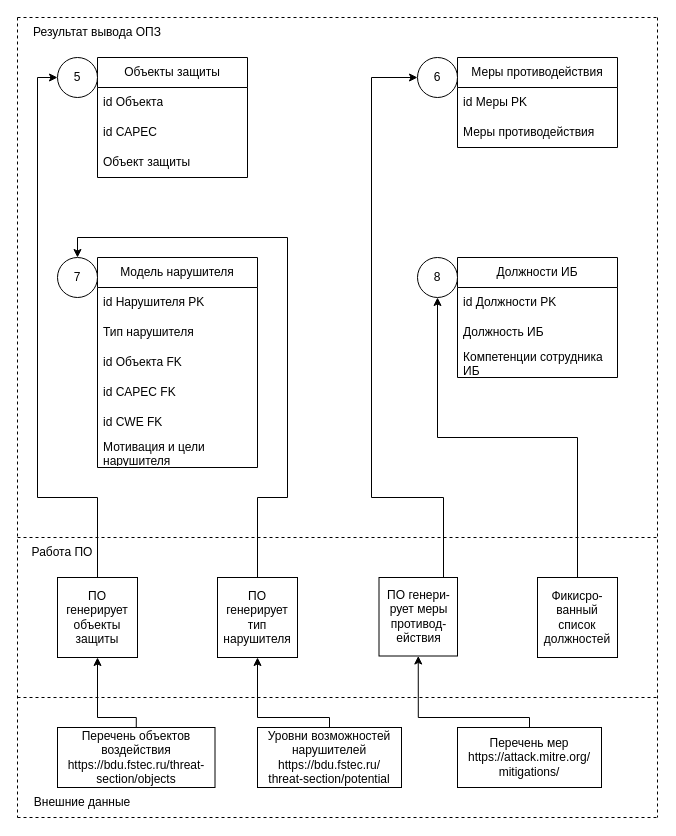
This is New_Shema_OPZ/(Обновленная схема ОПЗ) Частная политика.drawio from SmirnovBogdan8/Diplom, a draw.io file, before an edit. Source tidied: cells renumbered, new cells numbered last; positions are measured from the earlier drawing's top-left corner, leaving out a move shared by most shapes. Both pictures are drawn from the tidied source at 100%, with x=0, y=0 at pixel (17, 17).
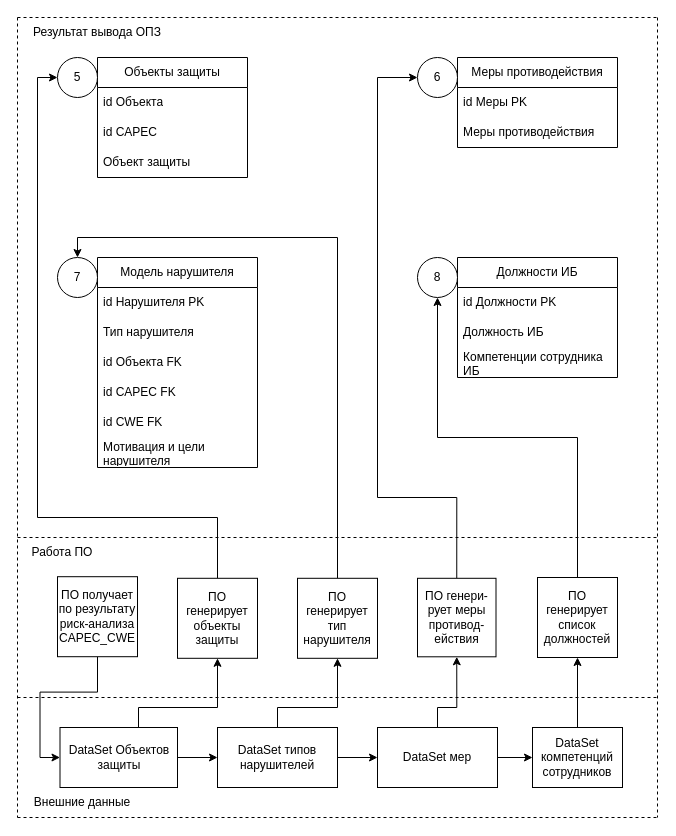
The same diagram, later.

The change refers to these unchanged cells:
```xml
<mxCell id="32" value="5" style="ellipse;whiteSpace=wrap;html=1;" parent="1" vertex="1">
  <mxGeometry x="40" y="40" width="40" height="40" as="geometry" />
</mxCell>
<mxCell id="33" value="6" style="ellipse;whiteSpace=wrap;html=1;" parent="1" vertex="1">
  <mxGeometry x="400" y="40" width="40" height="40" as="geometry" />
</mxCell>
<mxCell id="34" value="7" style="ellipse;whiteSpace=wrap;html=1;" parent="1" vertex="1">
  <mxGeometry x="40" y="240" width="40" height="40" as="geometry" />
</mxCell>
```

What changed in the source:
```diff
@@
     <mxCell id="23" style="edgeStyle=orthogonalEdgeStyle;rounded=0;jettySize=auto;html=1;exitX=0.5;exitY=0;exitDx=0;exitDy=0;entryX=0;entryY=0.5;entryDx=0;entryDy=0;" parent="1" edge="1" source="24" target="32">
       <mxGeometry relative="1" as="geometry">
         <Array as="points">
-          <mxPoint x="80" y="480" />
-          <mxPoint x="20" y="480" />
+          <mxPoint x="200" y="500" />
+          <mxPoint x="20" y="500" />
           <mxPoint x="20" y="60" />
         </Array>
       </mxGeometry>
     </mxCell>
     <mxCell id="24" value="ПО генерирует объекты защиты" style="whiteSpace=wrap;html=1;" parent="1" vertex="1">
-      <mxGeometry x="40" y="560" width="80" height="80" as="geometry" />
+      <mxGeometry x="160" y="560.8" width="80" height="80" as="geometry" />
     </mxCell>
@@
-    <mxCell id="26" value="Фикисро-ванный список должностей" style="whiteSpace=wrap;html=1;" parent="1" vertex="1">
+    <mxCell id="26" value="ПО генерирует список должностей" style="whiteSpace=wrap;html=1;" parent="1" vertex="1">
       <mxGeometry x="520" y="560" width="80" height="80" as="geometry" />
     </mxCell>
     <mxCell id="27" style="edgeStyle=orthogonalEdgeStyle;rounded=0;jettySize=auto;html=1;exitX=0.5;exitY=0;exitDx=0;exitDy=0;entryX=0;entryY=0.5;entryDx=0;entryDy=0;" parent="1" edge="1" source="28" target="33">
       <mxGeometry relative="1" as="geometry">
         <Array as="points">
-          <mxPoint x="426" y="480" />
-          <mxPoint x="354" y="480" />
-          <mxPoint x="354" y="60" />
+          <mxPoint x="439" y="480" />
+          <mxPoint x="360" y="480" />
+          <mxPoint x="360" y="60" />
         </Array>
       </mxGeometry>
     </mxCell>
     <mxCell id="28" value="ПО генери-рует меры противод-ействия" style="whiteSpace=wrap;html=1;" parent="1" vertex="1">
-      <mxGeometry x="361.5" y="560" width="78.5" height="78.5" as="geometry" />
+      <mxGeometry x="400" y="560.8" width="78.5" height="78.5" as="geometry" />
     </mxCell>
     <mxCell id="29" style="edgeStyle=orthogonalEdgeStyle;rounded=0;jettySize=auto;html=1;exitX=0.5;exitY=0;exitDx=0;exitDy=0;entryX=0.5;entryY=0;entryDx=0;entryDy=0;" parent="1" edge="1" source="30" target="34">
-      <mxGeometry relative="1" as="geometry">
-        <Array as="points">
-          <mxPoint x="240" y="480" />
-          <mxPoint x="270" y="480" />
-          <mxPoint x="270" y="220" />
-          <mxPoint x="60" y="220" />
-        </Array>
-      </mxGeometry>
+      <mxGeometry relative="1" as="geometry" />
     </mxCell>
     <mxCell id="30" value="ПО генерирует тип нарушителя" style="whiteSpace=wrap;html=1;" parent="1" vertex="1">
-      <mxGeometry x="200" y="560" width="80" height="80" as="geometry" />
+      <mxGeometry x="280" y="560.8" width="80" height="80" as="geometry" />
     </mxCell>
@@
     <mxCell id="38" style="edgeStyle=orthogonalEdgeStyle;rounded=0;jettySize=auto;html=1;exitX=0.5;exitY=0;exitDx=0;exitDy=0;entryX=0.5;entryY=1;entryDx=0;entryDy=0;" parent="1" edge="1" source="39" target="24">
       <mxGeometry relative="1" as="geometry">
         <Array as="points">
-          <mxPoint x="119" y="700" />
-          <mxPoint x="80" y="700" />
+          <mxPoint x="121" y="690" />
+          <mxPoint x="200" y="690" />
         </Array>
       </mxGeometry>
     </mxCell>
+    <mxCell id="47" style="edgeStyle=orthogonalEdgeStyle;rounded=0;jettySize=auto;html=1;" parent="1" edge="1" source="39" target="41">
+      <mxGeometry relative="1" as="geometry" />
+    </mxCell>
-    <mxCell id="39" value="Перечень объектов воздействия&lt;br&gt;&lt;div&gt;https://bdu.fstec.ru/threat-section/objects&lt;/div&gt;" style="rounded=0;whiteSpace=wrap;html=1;" parent="1" vertex="1">
-      <mxGeometry x="40" y="710" width="157.5" height="60" as="geometry" />
+    <mxCell id="39" value="DataSet Объектов защиты" style="rounded=0;whiteSpace=wrap;html=1;" parent="1" vertex="1">
+      <mxGeometry x="42.5" y="710" width="117.5" height="60" as="geometry" />
     </mxCell>
+    <mxCell id="48" style="edgeStyle=orthogonalEdgeStyle;rounded=0;jettySize=auto;html=1;" parent="1" edge="1" source="41" target="43">
+      <mxGeometry relative="1" as="geometry" />
+    </mxCell>
     <mxCell id="40" style="edgeStyle=orthogonalEdgeStyle;rounded=0;jettySize=auto;html=1;exitX=0.5;exitY=0;exitDx=0;exitDy=0;entryX=0.5;entryY=1;entryDx=0;entryDy=0;" parent="1" edge="1" source="41" target="30">
       <mxGeometry relative="1" as="geometry">
         <Array as="points">
-          <mxPoint x="312" y="700" />
-          <mxPoint x="240" y="700" />
+          <mxPoint x="260" y="690" />
+          <mxPoint x="320" y="690" />
         </Array>
       </mxGeometry>
     </mxCell>
-    <mxCell id="41" value="Уровни возможностей нарушителей&lt;br&gt;&lt;div&gt;https://bdu.fstec.ru/&lt;/div&gt;&lt;div&gt;threat-section/potential&lt;/div&gt;" style="rounded=0;whiteSpace=wrap;html=1;" parent="1" vertex="1">
-      <mxGeometry x="240" y="710" width="144" height="60" as="geometry" />
+    <mxCell id="41" value="DataSet типов нарушителей" style="rounded=0;whiteSpace=wrap;html=1;" parent="1" vertex="1">
+      <mxGeometry x="200" y="710" width="120" height="60" as="geometry" />
     </mxCell>
     <mxCell id="42" style="edgeStyle=orthogonalEdgeStyle;rounded=0;jettySize=auto;html=1;exitX=0.5;exitY=0;exitDx=0;exitDy=0;entryX=0.5;entryY=1;entryDx=0;entryDy=0;" parent="1" edge="1" source="43" target="28">
       <mxGeometry relative="1" as="geometry">
         <Array as="points">
-          <mxPoint x="512" y="700" />
-          <mxPoint x="401" y="700" />
+          <mxPoint x="420" y="690" />
+          <mxPoint x="439" y="690" />
         </Array>
       </mxGeometry>
     </mxCell>
+    <mxCell id="49" style="edgeStyle=orthogonalEdgeStyle;rounded=0;jettySize=auto;html=1;" parent="1" edge="1" source="43" target="53">
+      <mxGeometry relative="1" as="geometry" />
+    </mxCell>
-    <mxCell id="43" value="Перечень мер&lt;br&gt;&lt;div&gt;https://attack.mitre.org/&lt;/div&gt;&lt;div&gt;mitigations/&lt;/div&gt;" style="rounded=0;whiteSpace=wrap;html=1;" parent="1" vertex="1">
-      <mxGeometry x="440" y="710" width="144" height="60" as="geometry" />
+    <mxCell id="43" value="DataSet мер" style="rounded=0;whiteSpace=wrap;html=1;" parent="1" vertex="1">
+      <mxGeometry x="360" y="710" width="120" height="60" as="geometry" />
     </mxCell>
@@
+    <mxCell id="50" style="edgeStyle=orthogonalEdgeStyle;rounded=0;jettySize=auto;html=1;exitX=0.5;exitY=1;exitDx=0;exitDy=0;entryX=0;entryY=0.5;entryDx=0;entryDy=0;" parent="1" edge="1" source="51" target="39">
+      <mxGeometry relative="1" as="geometry" />
+    </mxCell>
+    <mxCell id="51" value="ПО получает по результату риск-анализа CAPEC_CWE" style="whiteSpace=wrap;html=1;" parent="1" vertex="1">
+      <mxGeometry x="40" y="559.2" width="80" height="80" as="geometry" />
+    </mxCell>
+    <mxCell id="52" style="edgeStyle=orthogonalEdgeStyle;rounded=0;jettySize=auto;html=1;exitX=0.5;exitY=0;exitDx=0;exitDy=0;entryX=0.5;entryY=1;entryDx=0;entryDy=0;" parent="1" edge="1" source="53" target="26">
+      <mxGeometry relative="1" as="geometry" />
+    </mxCell>
+    <mxCell id="53" value="DataSet компетенций сотрудников" style="rounded=0;whiteSpace=wrap;html=1;" parent="1" vertex="1">
+      <mxGeometry x="515" y="710" width="90" height="60" as="geometry" />
+    </mxCell>
```
